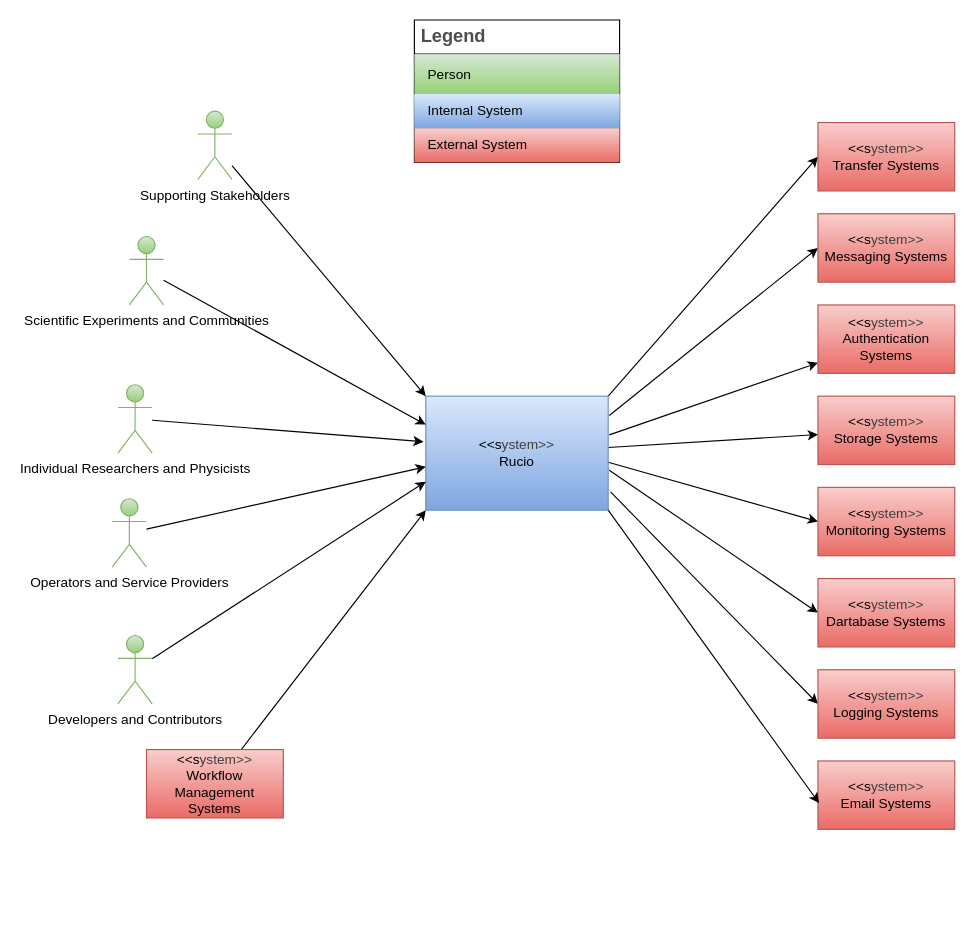
This is diagrams/Context View.drawio from mgajek-cern/architecture-docs, a draw.io file, before an edit. Source tidied: cells renumbered, new cells numbered last; positions are measured from the earlier drawing's top-left corner, leaving out a move shared by most shapes. Both pictures are drawn from the tidied source at 114%, with x=0, y=0 at pixel (112, 19).
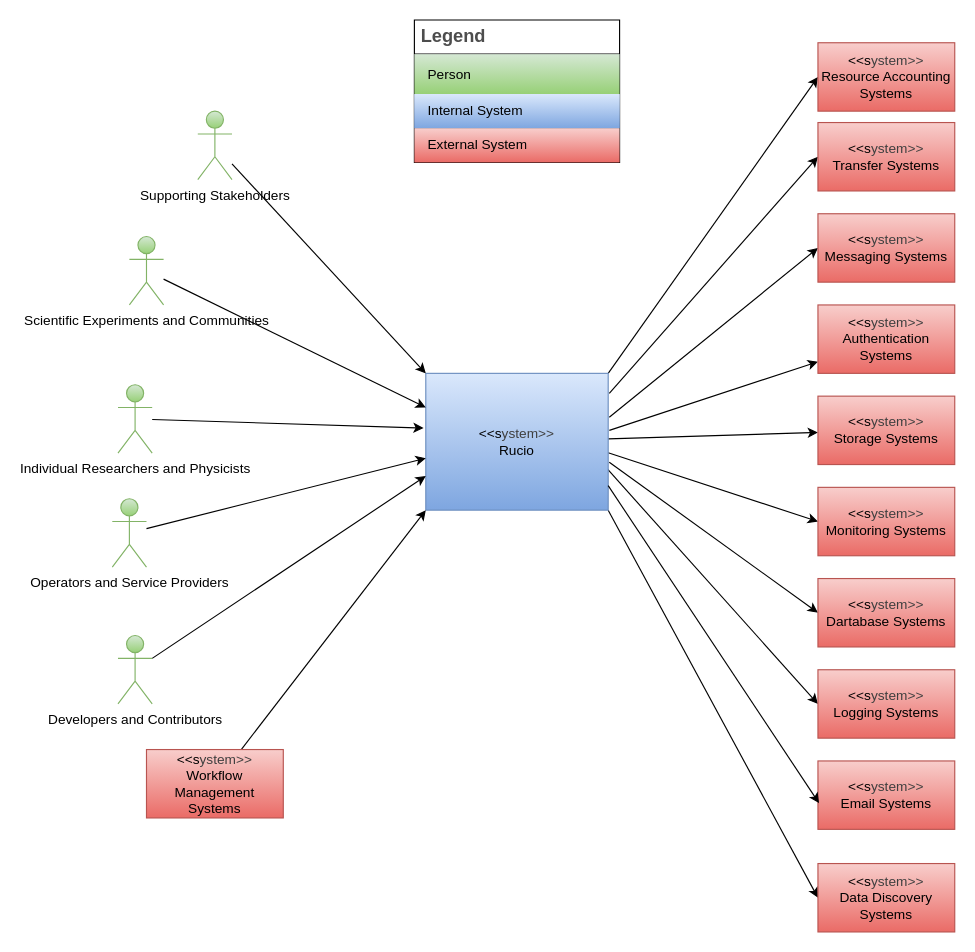
The same page after the edit.

Commit message (it also covers changes not shown here):
docs: extend high level component diagrams based on new requirements

Unchanged cells that the change refers to:
```xml
<mxCell id="10" value="&lt;span style=&quot;color: rgb(0, 0, 0);&quot;&gt;&amp;lt;&amp;lt;s&lt;/span&gt;&lt;span style=&quot;color: rgb(63, 63, 63); scrollbar-color: rgb(226, 226, 226) rgb(251, 251, 251); background-color: transparent;&quot;&gt;ystem&amp;gt;&amp;gt;&lt;/span&gt;&lt;br&gt;Authentication Systems" style="rounded=0;whiteSpace=wrap;html=1;fillColor=#f8cecc;gradientColor=#ea6b66;strokeColor=#b85450;" parent="1" vertex="1">
  <mxGeometry x="619" y="250" width="120" height="60" as="geometry" />
</mxCell>
<mxCell id="13" value="&lt;span style=&quot;color: rgb(0, 0, 0);&quot;&gt;&amp;lt;&amp;lt;s&lt;/span&gt;&lt;span style=&quot;color: rgb(63, 63, 63); scrollbar-color: rgb(226, 226, 226) rgb(251, 251, 251); background-color: transparent;&quot;&gt;ystem&amp;gt;&amp;gt;&lt;/span&gt;&lt;br&gt;Messaging Systems" style="rounded=0;whiteSpace=wrap;html=1;fillColor=#f8cecc;gradientColor=#ea6b66;strokeColor=#b85450;" parent="1" vertex="1">
  <mxGeometry x="619" y="170" width="120" height="60" as="geometry" />
</mxCell>
<mxCell id="32" value="&lt;span style=&quot;color: rgb(0, 0, 0);&quot;&gt;&amp;lt;&amp;lt;s&lt;/span&gt;&lt;span style=&quot;color: rgb(63, 63, 63); scrollbar-color: rgb(226, 226, 226) rgb(251, 251, 251); background-color: transparent;&quot;&gt;ystem&amp;gt;&amp;gt;&lt;/span&gt;&lt;br&gt;Transfer Systems" style="rounded=0;whiteSpace=wrap;html=1;fillColor=#f8cecc;gradientColor=#ea6b66;strokeColor=#b85450;" parent="1" vertex="1">
  <mxGeometry x="619" y="90" width="120" height="60" as="geometry" />
</mxCell>
<mxCell id="33" value="&lt;span style=&quot;color: rgb(0, 0, 0);&quot;&gt;&amp;lt;&amp;lt;s&lt;/span&gt;&lt;span style=&quot;color: rgb(63, 63, 63); scrollbar-color: rgb(226, 226, 226) rgb(251, 251, 251); background-color: transparent;&quot;&gt;ystem&amp;gt;&amp;gt;&lt;/span&gt;&lt;br&gt;&lt;span style=&quot;color: rgb(0, 0, 0);&quot;&gt;Logging Systems&lt;/span&gt;" style="rounded=0;whiteSpace=wrap;html=1;fillColor=#f8cecc;gradientColor=#ea6b66;strokeColor=#b85450;" parent="1" vertex="1">
  <mxGeometry x="619" y="570" width="120" height="60" as="geometry" />
</mxCell>
<mxCell id="34" value="&lt;span style=&quot;color: rgb(0, 0, 0);&quot;&gt;&amp;lt;&amp;lt;s&lt;/span&gt;&lt;span style=&quot;color: rgb(63, 63, 63); scrollbar-color: rgb(226, 226, 226) rgb(251, 251, 251); background-color: transparent;&quot;&gt;ystem&amp;gt;&amp;gt;&lt;/span&gt;&lt;br&gt;&lt;span style=&quot;color: rgb(0, 0, 0);&quot;&gt;Email Systems&lt;/span&gt;" style="rounded=0;whiteSpace=wrap;html=1;fillColor=#f8cecc;gradientColor=#ea6b66;strokeColor=#b85450;" parent="1" vertex="1">
  <mxGeometry x="619" y="650" width="120" height="60" as="geometry" />
</mxCell>
```

The edit, as a diff of the source:
```diff
@@
-    <mxCell id="2" style="rounded=0;jettySize=auto;html=1;entryX=0;entryY=0.5;entryDx=0;entryDy=0;exitX=1.006;exitY=0.17;exitDx=0;exitDy=0;exitPerimeter=0;" parent="1" edge="1" source="9" target="13">
+    <mxCell id="2" style="rounded=0;jettySize=auto;html=1;entryX=0;entryY=0.5;entryDx=0;entryDy=0;exitX=1.006;exitY=0.321;exitDx=0;exitDy=0;exitPerimeter=0;" parent="1" edge="1" source="9" target="13">
       <mxGeometry relative="1" as="geometry" />
     </mxCell>
-    <mxCell id="3" style="rounded=0;jettySize=auto;html=1;exitX=1.006;exitY=0.34;exitDx=0;exitDy=0;exitPerimeter=0;" parent="1" edge="1" source="9" target="10">
-      <mxGeometry relative="1" as="geometry" />
+    <mxCell id="3" style="rounded=0;jettySize=auto;html=1;" parent="1" edge="1" target="10">
+      <mxGeometry relative="1" as="geometry">
+        <mxPoint x="436" y="360" as="sourcePoint" />
+      </mxGeometry>
     </mxCell>
@@
-    <mxCell id="7" style="edgeStyle=none;html=1;entryX=0;entryY=0.5;entryDx=0;entryDy=0;exitX=1;exitY=0;exitDx=0;exitDy=0;" parent="1" edge="1" source="9" target="32">
+    <mxCell id="7" style="edgeStyle=none;html=1;entryX=0;entryY=0.5;entryDx=0;entryDy=0;exitX=1.006;exitY=0.146;exitDx=0;exitDy=0;exitPerimeter=0;" parent="1" edge="1" source="9" target="32">
       <mxGeometry relative="1" as="geometry" />
     </mxCell>
-    <mxCell id="8" style="edgeStyle=none;html=1;entryX=0;entryY=0.5;entryDx=0;entryDy=0;exitX=1.013;exitY=0.84;exitDx=0;exitDy=0;exitPerimeter=0;" parent="1" edge="1" source="9" target="33">
+    <mxCell id="8" style="edgeStyle=none;html=1;entryX=0;entryY=0.5;entryDx=0;entryDy=0;exitX=0.988;exitY=0.688;exitDx=0;exitDy=0;exitPerimeter=0;" parent="1" edge="1" source="9" target="33">
       <mxGeometry relative="1" as="geometry" />
     </mxCell>
+    <mxCell id="38" style="edgeStyle=none;html=1;entryX=0;entryY=0.5;entryDx=0;entryDy=0;exitX=1;exitY=0;exitDx=0;exitDy=0;" parent="1" edge="1" source="9" target="40">
+      <mxGeometry relative="1" as="geometry" />
+    </mxCell>
+    <mxCell id="39" style="edgeStyle=none;html=1;entryX=0;entryY=0.5;entryDx=0;entryDy=0;exitX=1;exitY=1;exitDx=0;exitDy=0;" parent="1" edge="1" source="9" target="41">
+      <mxGeometry relative="1" as="geometry" />
+    </mxCell>
     <mxCell id="9" value="&amp;lt;&amp;lt;s&lt;span style=&quot;color: rgb(63, 63, 63); background-color: transparent;&quot;&gt;ystem&amp;gt;&amp;gt;&lt;/span&gt;&lt;div&gt;Rucio&lt;/div&gt;" style="rounded=0;whiteSpace=wrap;html=1;fillColor=#dae8fc;gradientColor=#7ea6e0;strokeColor=#6c8ebf;" parent="1" vertex="1">
-      <mxGeometry x="275" y="330" width="160" height="100" as="geometry" />
+      <mxGeometry x="275" y="310" width="160" height="120" as="geometry" />
     </mxCell>
@@
-    <mxCell id="35" style="edgeStyle=none;html=1;entryX=0.008;entryY=0.617;entryDx=0;entryDy=0;entryPerimeter=0;exitX=1;exitY=1;exitDx=0;exitDy=0;" parent="1" edge="1" source="9" target="34">
+    <mxCell id="35" style="edgeStyle=none;html=1;entryX=0.008;entryY=0.617;entryDx=0;entryDy=0;entryPerimeter=0;exitX=1;exitY=0.821;exitDx=0;exitDy=0;exitPerimeter=0;" parent="1" edge="1" source="9" target="34">
       <mxGeometry relative="1" as="geometry" />
     </mxCell>
@@
+    <mxCell id="40" value="&lt;span style=&quot;color: rgb(0, 0, 0);&quot;&gt;&amp;lt;&amp;lt;s&lt;/span&gt;&lt;span style=&quot;color: rgb(63, 63, 63); scrollbar-color: rgb(226, 226, 226) rgb(251, 251, 251); background-color: transparent;&quot;&gt;ystem&amp;gt;&amp;gt;&lt;/span&gt;&lt;br&gt;Resource Accounting Systems" style="rounded=0;whiteSpace=wrap;html=1;fillColor=#f8cecc;gradientColor=#ea6b66;strokeColor=#b85450;" parent="1" vertex="1">
+      <mxGeometry x="619" y="20" width="120" height="60" as="geometry" />
+    </mxCell>
+    <mxCell id="41" value="&lt;span style=&quot;color: rgb(0, 0, 0);&quot;&gt;&amp;lt;&amp;lt;s&lt;/span&gt;&lt;span style=&quot;color: rgb(63, 63, 63); scrollbar-color: rgb(226, 226, 226) rgb(251, 251, 251); background-color: transparent;&quot;&gt;ystem&amp;gt;&amp;gt;&lt;/span&gt;&lt;br&gt;&lt;span style=&quot;color: rgb(0, 0, 0);&quot;&gt;Data Discovery Systems&lt;/span&gt;" style="rounded=0;whiteSpace=wrap;html=1;fillColor=#f8cecc;gradientColor=#ea6b66;strokeColor=#b85450;" parent="1" vertex="1">
+      <mxGeometry x="619" y="740" width="120" height="60" as="geometry" />
+    </mxCell>
```
